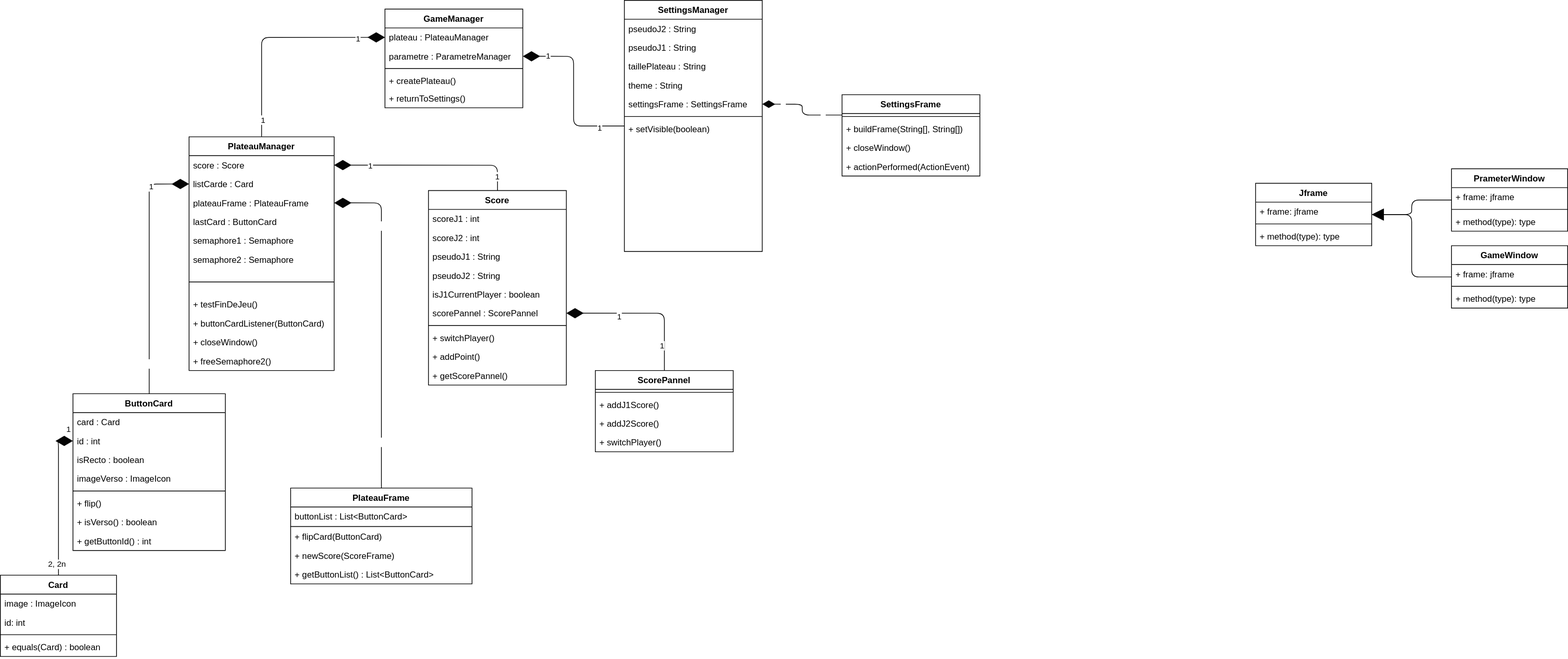
Before: Doc/UML/DiagrammeDeClass.svg, a diagram exported from draw.io (FlorianSoler/Memory). Source tidied: cells renumbered, new cells last; positions are measured from the earlier drawing's top-left corner, leaving out a move shared by most shapes.
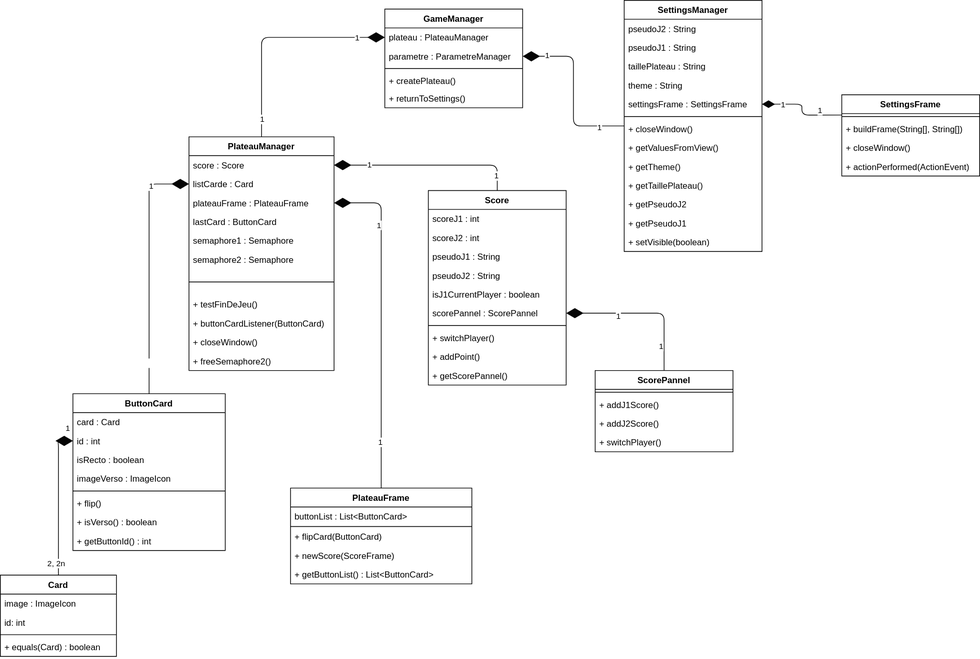
Later version of the same file.

Change to the diagram source:
```diff
@@ -30,48 +30,6 @@
     <mxCell id="9" value="+ equals(Card) : boolean" style="text;strokeColor=none;fillColor=none;align=left;verticalAlign=top;spacingLeft=4;spacingRight=4;overflow=hidden;" parent="5" vertex="1">
       <mxGeometry y="86" width="160" height="26" as="geometry" />
     </mxCell>
-    <mxCell id="10" value="Jframe" style="swimlane;fontStyle=1;align=center;verticalAlign=top;horizontal=1;startSize=26;" parent="1" vertex="1">
-      <mxGeometry x="1730" y="252" width="160" height="86" as="geometry" />
-    </mxCell>
-    <mxCell id="11" value="+ frame: jframe " style="text;strokeColor=none;fillColor=none;align=left;verticalAlign=top;spacingLeft=4;spacingRight=4;overflow=hidden;" parent="10" vertex="1">
-      <mxGeometry y="26" width="160" height="26" as="geometry" />
-    </mxCell>
-    <mxCell id="12" style="line;strokeWidth=1;fillColor=none;align=left;verticalAlign=middle;spacingTop=-1;spacingLeft=3;spacingRight=3;labelPosition=right;strokeColor=inherit;" parent="10" vertex="1">
-      <mxGeometry y="52" width="160" height="8" as="geometry" />
-    </mxCell>
-    <mxCell id="13" value="+ method(type): type" style="text;strokeColor=none;fillColor=none;align=left;verticalAlign=top;spacingLeft=4;spacingRight=4;overflow=hidden;" parent="10" vertex="1">
-      <mxGeometry y="60" width="160" height="26" as="geometry" />
-    </mxCell>
-    <mxCell id="14" style="edgeStyle=orthogonalEdgeStyle;html=1;endSize=14;endArrow=block;endFill=1;" parent="1" edge="1" source="15" target="10">
-      <mxGeometry relative="1" as="geometry" />
-    </mxCell>
-    <mxCell id="15" value="PrameterWindow" style="swimlane;fontStyle=1;align=center;verticalAlign=top;horizontal=1;startSize=26;" parent="1" vertex="1">
-      <mxGeometry x="2000" y="232" width="160" height="86" as="geometry" />
-    </mxCell>
-    <mxCell id="16" value="+ frame: jframe " style="text;strokeColor=none;fillColor=none;align=left;verticalAlign=top;spacingLeft=4;spacingRight=4;overflow=hidden;" parent="15" vertex="1">
-      <mxGeometry y="26" width="160" height="26" as="geometry" />
-    </mxCell>
-    <mxCell id="17" style="line;strokeWidth=1;fillColor=none;align=left;verticalAlign=middle;spacingTop=-1;spacingLeft=3;spacingRight=3;labelPosition=right;strokeColor=inherit;" parent="15" vertex="1">
-      <mxGeometry y="52" width="160" height="8" as="geometry" />
-    </mxCell>
-    <mxCell id="18" value="+ method(type): type" style="text;strokeColor=none;fillColor=none;align=left;verticalAlign=top;spacingLeft=4;spacingRight=4;overflow=hidden;" parent="15" vertex="1">
-      <mxGeometry y="60" width="160" height="26" as="geometry" />
-    </mxCell>
-    <mxCell id="19" style="edgeStyle=orthogonalEdgeStyle;html=1;endArrow=block;endFill=1;endSize=14;" parent="1" edge="1" source="20" target="10">
-      <mxGeometry relative="1" as="geometry" />
-    </mxCell>
-    <mxCell id="20" value="GameWindow" style="swimlane;fontStyle=1;align=center;verticalAlign=top;horizontal=1;startSize=26;" parent="1" vertex="1">
-      <mxGeometry x="2000" y="338" width="160" height="86" as="geometry" />
-    </mxCell>
-    <mxCell id="21" value="+ frame: jframe " style="text;strokeColor=none;fillColor=none;align=left;verticalAlign=top;spacingLeft=4;spacingRight=4;overflow=hidden;" parent="20" vertex="1">
-      <mxGeometry y="26" width="160" height="26" as="geometry" />
-    </mxCell>
-    <mxCell id="22" style="line;strokeWidth=1;fillColor=none;align=left;verticalAlign=middle;spacingTop=-1;spacingLeft=3;spacingRight=3;labelPosition=right;strokeColor=inherit;" parent="20" vertex="1">
-      <mxGeometry y="52" width="160" height="8" as="geometry" />
-    </mxCell>
-    <mxCell id="23" value="+ method(type): type" style="text;strokeColor=none;fillColor=none;align=left;verticalAlign=top;spacingLeft=4;spacingRight=4;overflow=hidden;" parent="20" vertex="1">
-      <mxGeometry y="60" width="160" height="26" as="geometry" />
-    </mxCell>
     <mxCell id="24" style="edgeStyle=orthogonalEdgeStyle;html=1;entryX=0;entryY=0.5;entryDx=0;entryDy=0;strokeColor=#050505;endArrow=diamondThin;endFill=1;endSize=21;" parent="1" edge="1" source="27" target="41">
       <mxGeometry relative="1" as="geometry" />
     </mxCell>
@@ -243,35 +201,37 @@
     <mxCell id="80" style="line;strokeWidth=1;fillColor=none;align=left;verticalAlign=middle;spacingTop=-1;spacingLeft=3;spacingRight=3;labelPosition=right;strokeColor=inherit;" parent="74" vertex="1">
       <mxGeometry y="156" width="190" height="8" as="geometry" />
     </mxCell>
+    <mxCell id="87" value="+ closeWindow()" style="text;strokeColor=none;fillColor=none;align=left;verticalAlign=top;spacingLeft=4;spacingRight=4;overflow=hidden;fontColor=#050505;" parent="74" vertex="1">
+      <mxGeometry y="164" width="190" height="26" as="geometry" />
+    </mxCell>
+    <mxCell id="86" value="+ getValuesFromView()" style="text;strokeColor=none;fillColor=none;align=left;verticalAlign=top;spacingLeft=4;spacingRight=4;overflow=hidden;fontColor=#050505;" parent="74" vertex="1">
+      <mxGeometry y="190" width="190" height="26" as="geometry" />
+    </mxCell>
+    <mxCell id="85" value="+ getTheme()" style="text;strokeColor=none;fillColor=none;align=left;verticalAlign=top;spacingLeft=4;spacingRight=4;overflow=hidden;fontColor=#050505;" parent="74" vertex="1">
+      <mxGeometry y="216" width="190" height="26" as="geometry" />
+    </mxCell>
+    <mxCell id="84" value="+ getTaillePlateau()" style="text;strokeColor=none;fillColor=none;align=left;verticalAlign=top;spacingLeft=4;spacingRight=4;overflow=hidden;fontColor=#050505;" parent="74" vertex="1">
+      <mxGeometry y="242" width="190" height="26" as="geometry" />
+    </mxCell>
+    <mxCell id="83" value="+ getPseudoJ2" style="text;strokeColor=none;fillColor=none;align=left;verticalAlign=top;spacingLeft=4;spacingRight=4;overflow=hidden;fontColor=#050505;" parent="74" vertex="1">
+      <mxGeometry y="268" width="190" height="26" as="geometry" />
+    </mxCell>
+    <mxCell id="82" value="+ getPseudoJ1" style="text;strokeColor=none;fillColor=none;align=left;verticalAlign=top;spacingLeft=4;spacingRight=4;overflow=hidden;fontColor=#050505;" parent="74" vertex="1">
+      <mxGeometry y="294" width="190" height="26" as="geometry" />
+    </mxCell>
     <mxCell id="81" value="+ setVisible(boolean)" style="text;strokeColor=none;fillColor=none;align=left;verticalAlign=top;spacingLeft=4;spacingRight=4;overflow=hidden;" parent="74" vertex="1">
-      <mxGeometry y="164" width="190" height="26" as="geometry" />
+      <mxGeometry y="320" width="190" height="26" as="geometry" />
     </mxCell>
-    <mxCell id="82" value="+ getPseudoJ1" style="text;strokeColor=none;fillColor=none;align=left;verticalAlign=top;spacingLeft=4;spacingRight=4;overflow=hidden;fontColor=#FFFFFF;" parent="74" vertex="1">
-      <mxGeometry y="190" width="190" height="26" as="geometry" />
-    </mxCell>
-    <mxCell id="83" value="+ getPseudoJ2" style="text;strokeColor=none;fillColor=none;align=left;verticalAlign=top;spacingLeft=4;spacingRight=4;overflow=hidden;fontColor=#FFFFFF;" parent="74" vertex="1">
-      <mxGeometry y="216" width="190" height="26" as="geometry" />
-    </mxCell>
-    <mxCell id="84" value="+ getTaillePlateau()" style="text;strokeColor=none;fillColor=none;align=left;verticalAlign=top;spacingLeft=4;spacingRight=4;overflow=hidden;fontColor=#FFFFFF;" parent="74" vertex="1">
-      <mxGeometry y="242" width="190" height="26" as="geometry" />
-    </mxCell>
-    <mxCell id="85" value="+ getTheme()" style="text;strokeColor=none;fillColor=none;align=left;verticalAlign=top;spacingLeft=4;spacingRight=4;overflow=hidden;fontColor=#FFFFFF;" parent="74" vertex="1">
-      <mxGeometry y="268" width="190" height="26" as="geometry" />
-    </mxCell>
-    <mxCell id="86" value="+ getValuesFromView()" style="text;strokeColor=none;fillColor=none;align=left;verticalAlign=top;spacingLeft=4;spacingRight=4;overflow=hidden;fontColor=#FFFFFF;" parent="74" vertex="1">
-      <mxGeometry y="294" width="190" height="26" as="geometry" />
-    </mxCell>
-    <mxCell id="87" value="+ closeWindow()" style="text;strokeColor=none;fillColor=none;align=left;verticalAlign=top;spacingLeft=4;spacingRight=4;overflow=hidden;fontColor=#FFFFFF;" parent="74" vertex="1">
-      <mxGeometry y="320" width="190" height="26" as="geometry" />
-    </mxCell>
     <mxCell id="88" style="edgeStyle=orthogonalEdgeStyle;html=1;entryX=1;entryY=0.5;entryDx=0;entryDy=0;endArrow=diamondThin;endFill=1;strokeColor=#050505;strokeWidth=1;endSize=15;exitX=0;exitY=0.25;exitDx=0;exitDy=0;" parent="1" edge="1" source="91" target="79">
       <mxGeometry relative="1" as="geometry" />
     </mxCell>
-    <mxCell id="89" value="1" style="edgeLabel;html=1;align=center;verticalAlign=middle;fontColor=#FFFFFF;" parent="88" vertex="1">
+    <mxCell id="89" value="&lt;font color=&quot;#050505&quot;&gt;1&lt;/font&gt;" style="edgeLabel;html=1;align=center;verticalAlign=middle;fontColor=#FFFFFF;" parent="88" vertex="1">
       <mxGeometry x="0.54" y="1" relative="1" as="geometry" />
     </mxCell>
-    <mxCell id="90" value="1" style="edgeLabel;html=1;align=center;verticalAlign=middle;fontColor=#FFFFFF;" parent="88" vertex="1">
-      <mxGeometry x="-0.56" y="-1" relative="1" as="geometry" />
+    <mxCell id="90" value="&lt;font color=&quot;#000000&quot;&gt;1&lt;/font&gt;" style="edgeLabel;html=1;align=center;verticalAlign=middle;fontColor=#FFFFFF;" parent="88" vertex="1">
+      <mxGeometry x="-0.56" y="-1" relative="1" as="geometry">
+        <mxPoint x="-3" y="-5" as="offset" />
+      </mxGeometry>
     </mxCell>
     <mxCell id="91" value="SettingsFrame" style="swimlane;fontStyle=1;align=center;verticalAlign=top;horizontal=1;startSize=26;" parent="1" vertex="1">
       <mxGeometry x="1160" y="130" width="190" height="112" as="geometry" />
@@ -291,10 +251,10 @@
     <mxCell id="96" style="edgeStyle=orthogonalEdgeStyle;html=1;entryX=1;entryY=0.5;entryDx=0;entryDy=0;fontColor=#FFFFFF;strokeColor=#050505;endArrow=diamondThin;endFill=1;endSize=21;" parent="1" edge="1" source="99" target="42">
       <mxGeometry relative="1" as="geometry" />
     </mxCell>
-    <mxCell id="97" value="1" style="edgeLabel;html=1;align=center;verticalAlign=middle;fontColor=#FFFFFF;" parent="96" vertex="1">
+    <mxCell id="97" value="&lt;font color=&quot;#050505&quot;&gt;1&lt;/font&gt;" style="edgeLabel;html=1;align=center;verticalAlign=middle;fontColor=#FFFFFF;" parent="96" vertex="1">
       <mxGeometry x="-0.72" y="1" relative="1" as="geometry" />
     </mxCell>
-    <mxCell id="98" value="1" style="edgeLabel;html=1;align=center;verticalAlign=middle;fontColor=#FFFFFF;" parent="96" vertex="1">
+    <mxCell id="98" value="&lt;font color=&quot;#050505&quot;&gt;1&lt;/font&gt;" style="edgeLabel;html=1;align=center;verticalAlign=middle;fontColor=#FFFFFF;" parent="96" vertex="1">
       <mxGeometry x="0.58" y="3" relative="1" as="geometry" />
     </mxCell>
     <mxCell id="99" value="PlateauFrame" style="swimlane;fontStyle=1;align=center;verticalAlign=top;horizontal=1;startSize=26;" parent="1" vertex="1">
```
